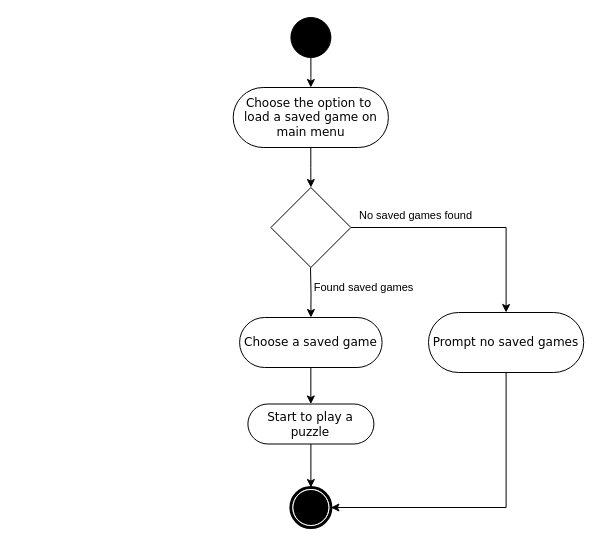
The draw.io diagram load a saved game.drawio in maxinimize/uml, before the edit. Source tidied: cells renumbered, new cells numbered last; positions are measured from the earlier drawing's top-left corner, leaving out a move shared by most shapes. Both pictures are drawn from the tidied source at 100%, with x=0, y=0 at pixel (233, 17).
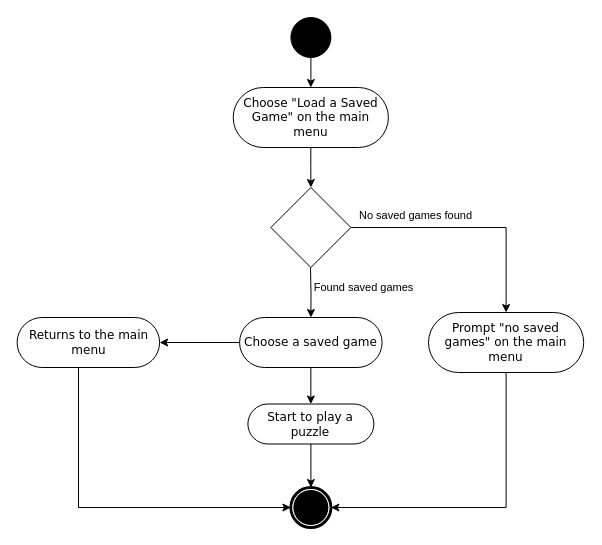
After the change.

The change refers to these unchanged cells:
```xml
<mxCell id="3" value="Choose a saved game" style="rounded=1;whiteSpace=wrap;html=1;shadow=0;comic=0;labelBackgroundColor=none;strokeWidth=1;fontFamily=Verdana;fontSize=12;align=center;arcSize=50;" parent="1" vertex="1">
  <mxGeometry x="6.1" y="300" width="142.5" height="50" as="geometry" />
</mxCell>
<mxCell id="8" style="shape=mxgraph.bpmn.shape;html=1;verticalLabelPosition=bottom;labelBackgroundColor=#ffffff;verticalAlign=top;perimeter=ellipsePerimeter;outline=end;symbol=terminate;rounded=0;shadow=0;comic=0;strokeWidth=1;fontFamily=Verdana;fontSize=12;align=center;" parent="1" vertex="1">
  <mxGeometry x="57.4" y="470" width="40" height="40" as="geometry" />
</mxCell>
```

What changed in the source:
```diff
@@
+    <mxCell id="18" style="edgeStyle=orthogonalEdgeStyle;rounded=0;jettySize=auto;html=1;" parent="1" edge="1" source="3" target="20">
+      <mxGeometry relative="1" as="geometry" />
+    </mxCell>
@@
-    <mxCell id="10" value="Choose the option to&amp;nbsp; load a saved game on main menu" style="rounded=1;whiteSpace=wrap;html=1;shadow=0;comic=0;labelBackgroundColor=none;strokeWidth=1;fontFamily=Verdana;fontSize=12;align=center;arcSize=50;" parent="1" vertex="1">
+    <mxCell id="10" value="Choose &quot;Load a Saved Game&quot; on the main menu" style="rounded=1;whiteSpace=wrap;html=1;shadow=0;comic=0;labelBackgroundColor=none;strokeWidth=1;fontFamily=Verdana;fontSize=12;align=center;arcSize=50;" parent="1" vertex="1">
       <mxGeometry x="-0.3" y="70" width="155.2" height="60" as="geometry" />
     </mxCell>
@@
-    <mxCell id="16" value="Prompt no saved games" style="rounded=1;whiteSpace=wrap;html=1;shadow=0;comic=0;labelBackgroundColor=none;strokeWidth=1;fontFamily=Verdana;fontSize=12;align=center;arcSize=50;" parent="1" vertex="1">
+    <mxCell id="16" value="Prompt &quot;no saved games&quot; on the main menu" style="rounded=1;whiteSpace=wrap;html=1;shadow=0;comic=0;labelBackgroundColor=none;strokeWidth=1;fontFamily=Verdana;fontSize=12;align=center;arcSize=50;" parent="1" vertex="1">
       <mxGeometry x="195" y="295" width="155.2" height="60" as="geometry" />
     </mxCell>
@@
+    <mxCell id="19" style="edgeStyle=orthogonalEdgeStyle;rounded=0;jettySize=auto;html=1;entryX=0;entryY=0.5;entryDx=0;entryDy=0;" parent="1" edge="1" source="20" target="8">
+      <mxGeometry relative="1" as="geometry">
+        <Array as="points">
+          <mxPoint x="-155" y="490" />
+        </Array>
+      </mxGeometry>
+    </mxCell>
+    <mxCell id="20" value="Returns to the main menu" style="rounded=1;whiteSpace=wrap;html=1;shadow=0;comic=0;labelBackgroundColor=none;strokeWidth=1;fontFamily=Verdana;fontSize=12;align=center;arcSize=50;" parent="1" vertex="1">
+      <mxGeometry x="-216.4" y="300" width="142.5" height="50" as="geometry" />
+    </mxCell>
```
